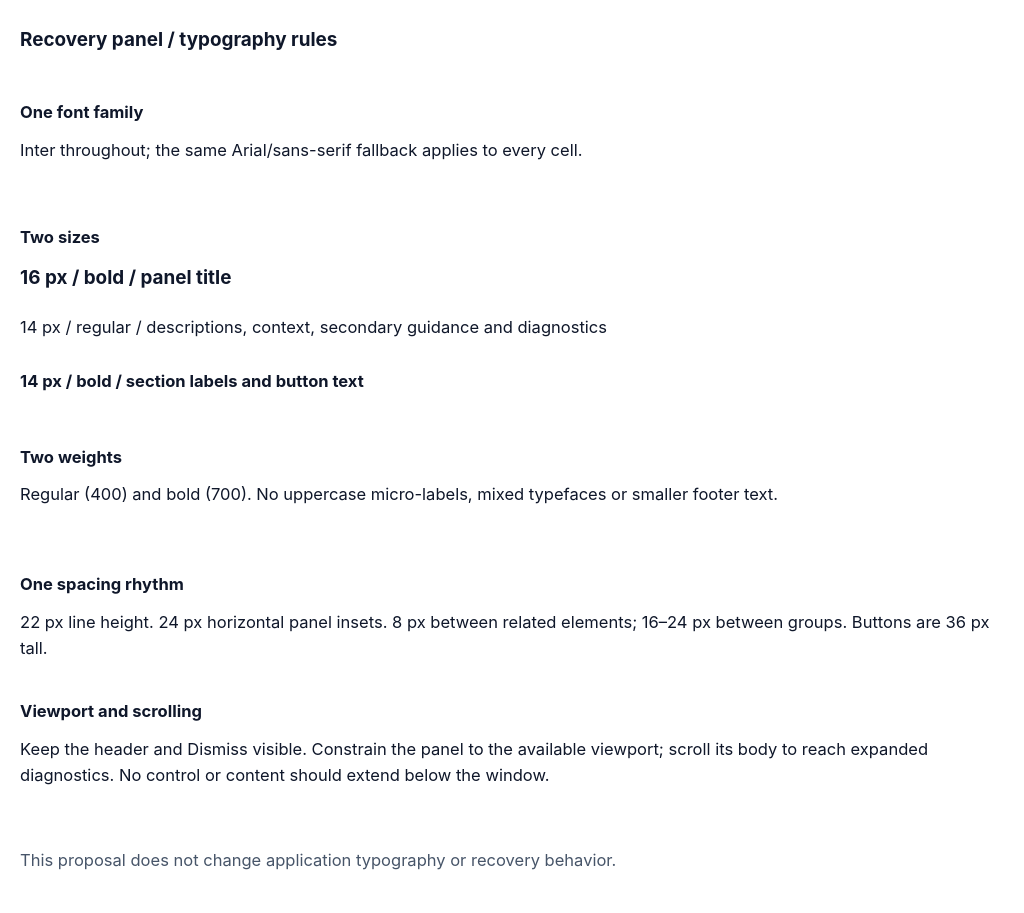
Before: page "Typography rules" (3 of 4) of projects/laomedo/subsystems/agent-execution/design/local-runner-recovery.drawio in amadou-6e/specs, a draw.io diagram. Source tidied: cells renumbered, new cells numbered last; positions are measured from the earlier drawing's top-left corner, leaving out a move shared by most shapes. Both pictures are drawn from the tidied source at 118%, with x=0, y=0 at pixel (20, 20).
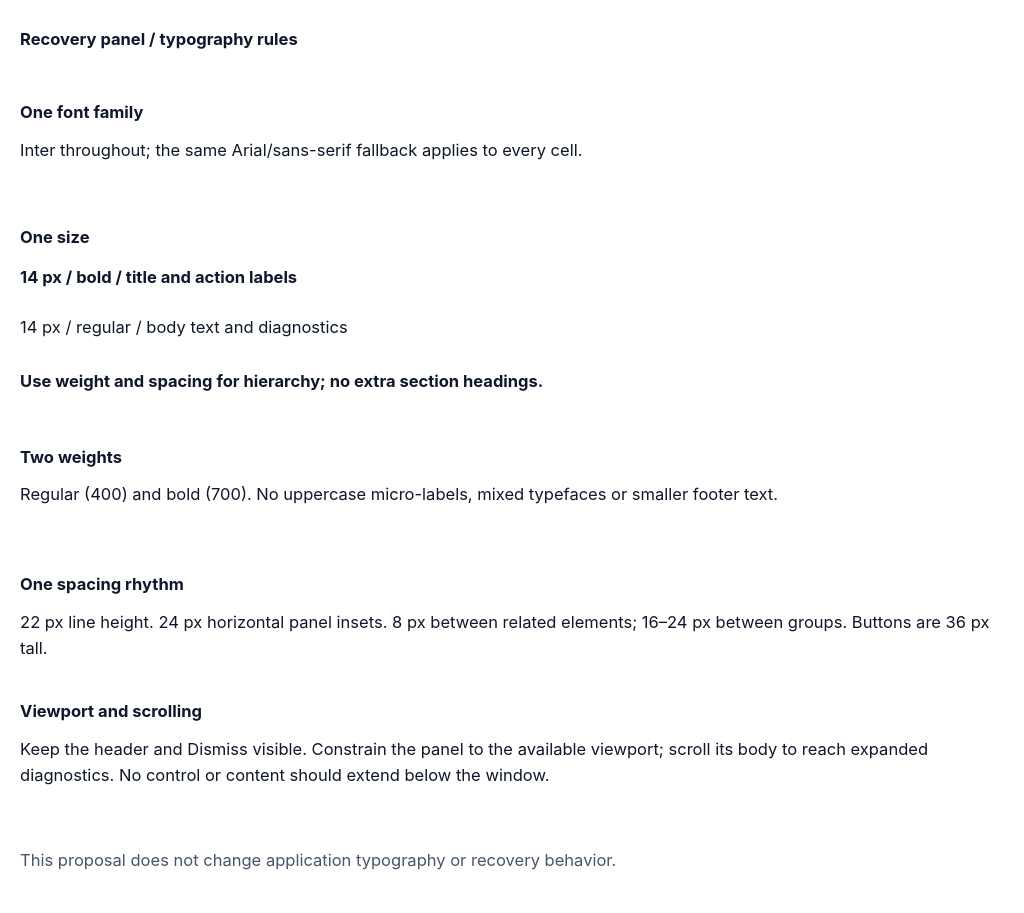
The same page after the edit.

Commit message (it also covers changes not shown here):
Streamline recovery panel copy and typography

Diff of the diagram source:
```diff
@@
 <mxGraphModel>
   <root>
     <mxCell id="0" />
     <mxCell id="1" parent="0" />
-    <mxCell id="2" value="&lt;div style=&quot;line-height:22px;&quot;&gt;Recovery panel / typography rules&lt;/div&gt;" style="text;fontFamily=Inter,Arial,sans-serif;fontSize=16;whiteSpace=wrap;html=1;strokeColor=none;fillColor=none;align=left;verticalAlign=top;spacing=0;fontColor=#0F172A;fontStyle=1;" parent="1" vertex="1">
+    <mxCell id="2" value="&lt;div style=&quot;line-height:22px;&quot;&gt;Recovery panel / typography rules&lt;/div&gt;" style="text;fontFamily=Inter,Arial,sans-serif;fontSize=14;whiteSpace=wrap;html=1;strokeColor=none;fillColor=none;align=left;verticalAlign=top;spacing=0;fontColor=#0F172A;fontStyle=1;" parent="1" vertex="1">
       <mxGeometry width="832" height="24" as="geometry" />
     </mxCell>
     <mxCell id="3" value="&lt;div style=&quot;line-height:22px;&quot;&gt;One font family&lt;/div&gt;" style="text;fontFamily=Inter,Arial,sans-serif;fontSize=14;whiteSpace=wrap;html=1;strokeColor=none;fillColor=none;align=left;verticalAlign=top;spacing=0;fontColor=#0F172A;fontStyle=1;" parent="1" vertex="1">
       <mxGeometry y="62" width="250" height="22" as="geometry" />
     </mxCell>
     <mxCell id="4" value="&lt;div style=&quot;line-height:22px;&quot;&gt;Inter throughout; the same Arial/sans-serif fallback applies to every cell.&lt;/div&gt;" style="text;fontFamily=Inter,Arial,sans-serif;fontSize=14;whiteSpace=wrap;html=1;strokeColor=none;fillColor=none;align=left;verticalAlign=top;spacing=0;fontColor=#0F172A;fontStyle=0;" parent="1" vertex="1">
       <mxGeometry y="94" width="832" height="44" as="geometry" />
     </mxCell>
-    <mxCell id="5" value="&lt;div style=&quot;line-height:22px;&quot;&gt;Two sizes&lt;/div&gt;" style="text;fontFamily=Inter,Arial,sans-serif;fontSize=14;whiteSpace=wrap;html=1;strokeColor=none;fillColor=none;align=left;verticalAlign=top;spacing=0;fontColor=#0F172A;fontStyle=1;" parent="1" vertex="1">
+    <mxCell id="5" value="&lt;div style=&quot;line-height:22px;&quot;&gt;One size&lt;/div&gt;" style="text;fontFamily=Inter,Arial,sans-serif;fontSize=14;whiteSpace=wrap;html=1;strokeColor=none;fillColor=none;align=left;verticalAlign=top;spacing=0;fontColor=#0F172A;fontStyle=1;" parent="1" vertex="1">
       <mxGeometry y="168" width="250" height="22" as="geometry" />
     </mxCell>
-    <mxCell id="6" value="&lt;div style=&quot;line-height:22px;&quot;&gt;16 px / bold / panel title&lt;/div&gt;" style="text;fontFamily=Inter,Arial,sans-serif;fontSize=16;whiteSpace=wrap;html=1;strokeColor=none;fillColor=none;align=left;verticalAlign=top;spacing=0;fontColor=#0F172A;fontStyle=1;" parent="1" vertex="1">
+    <mxCell id="6" value="&lt;div style=&quot;line-height:22px;&quot;&gt;14 px / bold / title and action labels&lt;/div&gt;" style="text;fontFamily=Inter,Arial,sans-serif;fontSize=14;whiteSpace=wrap;html=1;strokeColor=none;fillColor=none;align=left;verticalAlign=top;spacing=0;fontColor=#0F172A;fontStyle=1;" parent="1" vertex="1">
       <mxGeometry y="202" width="832" height="24" as="geometry" />
     </mxCell>
-    <mxCell id="7" value="&lt;div style=&quot;line-height:22px;&quot;&gt;14 px / regular / descriptions, context, secondary guidance and diagnostics&lt;/div&gt;" style="text;fontFamily=Inter,Arial,sans-serif;fontSize=14;whiteSpace=wrap;html=1;strokeColor=none;fillColor=none;align=left;verticalAlign=top;spacing=0;fontColor=#0F172A;fontStyle=0;" parent="1" vertex="1">
+    <mxCell id="7" value="&lt;div style=&quot;line-height:22px;&quot;&gt;14 px / regular / body text and diagnostics&lt;/div&gt;" style="text;fontFamily=Inter,Arial,sans-serif;fontSize=14;whiteSpace=wrap;html=1;strokeColor=none;fillColor=none;align=left;verticalAlign=top;spacing=0;fontColor=#0F172A;fontStyle=0;" parent="1" vertex="1">
       <mxGeometry y="244" width="832" height="44" as="geometry" />
     </mxCell>
-    <mxCell id="8" value="&lt;div style=&quot;line-height:22px;&quot;&gt;14 px / bold / section labels and button text&lt;/div&gt;" style="text;fontFamily=Inter,Arial,sans-serif;fontSize=14;whiteSpace=wrap;html=1;strokeColor=none;fillColor=none;align=left;verticalAlign=top;spacing=0;fontColor=#0F172A;fontStyle=1;" parent="1" vertex="1">
+    <mxCell id="8" value="&lt;div style=&quot;line-height:22px;&quot;&gt;Use weight and spacing for hierarchy; no extra section headings.&lt;/div&gt;" style="text;fontFamily=Inter,Arial,sans-serif;fontSize=14;whiteSpace=wrap;html=1;strokeColor=none;fillColor=none;align=left;verticalAlign=top;spacing=0;fontColor=#0F172A;fontStyle=1;" parent="1" vertex="1">
       <mxGeometry y="290" width="832" height="22" as="geometry" />
     </mxCell>
     <mxCell id="9" value="&lt;div style=&quot;line-height:22px;&quot;&gt;Two weights&lt;/div&gt;" style="text;fontFamily=Inter,Arial,sans-serif;fontSize=14;whiteSpace=wrap;html=1;strokeColor=none;fillColor=none;align=left;verticalAlign=top;spacing=0;fontColor=#0F172A;fontStyle=1;" parent="1" vertex="1">
       <mxGeometry y="354" width="250" height="22" as="geometry" />
     </mxCell>
     <mxCell id="10" value="&lt;div style=&quot;line-height:22px;&quot;&gt;Regular (400) and bold (700). No uppercase micro-labels, mixed typefaces or smaller footer text.&lt;/div&gt;" style="text;fontFamily=Inter,Arial,sans-serif;fontSize=14;whiteSpace=wrap;html=1;strokeColor=none;fillColor=none;align=left;verticalAlign=top;spacing=0;fontColor=#0F172A;fontStyle=0;" parent="1" vertex="1">
       <mxGeometry y="386" width="832" height="44" as="geometry" />
     </mxCell>
     <mxCell id="11" value="&lt;div style=&quot;line-height:22px;&quot;&gt;One spacing rhythm&lt;/div&gt;" style="text;fontFamily=Inter,Arial,sans-serif;fontSize=14;whiteSpace=wrap;html=1;strokeColor=none;fillColor=none;align=left;verticalAlign=top;spacing=0;fontColor=#0F172A;fontStyle=1;" parent="1" vertex="1">
       <mxGeometry y="462" width="250" height="22" as="geometry" />
     </mxCell>
     <mxCell id="12" value="&lt;div style=&quot;line-height:22px;&quot;&gt;22 px line height. 24 px horizontal panel insets. 8 px between related elements; 16–24 px between groups. Buttons are 36 px tall.&lt;/div&gt;" style="text;fontFamily=Inter,Arial,sans-serif;fontSize=14;whiteSpace=wrap;html=1;strokeColor=none;fillColor=none;align=left;verticalAlign=top;spacing=0;fontColor=#0F172A;fontStyle=0;" parent="1" vertex="1">
       <mxGeometry y="494" width="832" height="44" as="geometry" />
     </mxCell>
     <mxCell id="13" value="&lt;div style=&quot;line-height:22px;&quot;&gt;Viewport and scrolling&lt;/div&gt;" style="text;fontFamily=Inter,Arial,sans-serif;fontSize=14;whiteSpace=wrap;html=1;strokeColor=none;fillColor=none;align=left;verticalAlign=top;spacing=0;fontColor=#0F172A;fontStyle=1;" parent="1" vertex="1">
       <mxGeometry y="570" width="250" height="22" as="geometry" />
     </mxCell>
     <mxCell id="14" value="&lt;div style=&quot;line-height:22px;&quot;&gt;Keep the header and Dismiss visible. Constrain the panel to the available viewport; scroll its body to reach expanded diagnostics. No control or content should extend below the window.&lt;/div&gt;" style="text;fontFamily=Inter,Arial,sans-serif;fontSize=14;whiteSpace=wrap;html=1;strokeColor=none;fillColor=none;align=left;verticalAlign=top;spacing=0;fontColor=#0F172A;fontStyle=0;" parent="1" vertex="1">
       <mxGeometry y="602" width="832" height="66" as="geometry" />
     </mxCell>
     <mxCell id="15" value="&lt;div style=&quot;line-height:22px;&quot;&gt;This proposal does not change application typography or recovery behavior.&lt;/div&gt;" style="text;fontFamily=Inter,Arial,sans-serif;fontSize=14;whiteSpace=wrap;html=1;strokeColor=none;fillColor=none;align=left;verticalAlign=top;spacing=0;fontColor=#475569;fontStyle=0;" parent="1" vertex="1">
       <mxGeometry y="696" width="832" height="44" as="geometry" />
     </mxCell>
   </root>
 </mxGraphModel>
```
